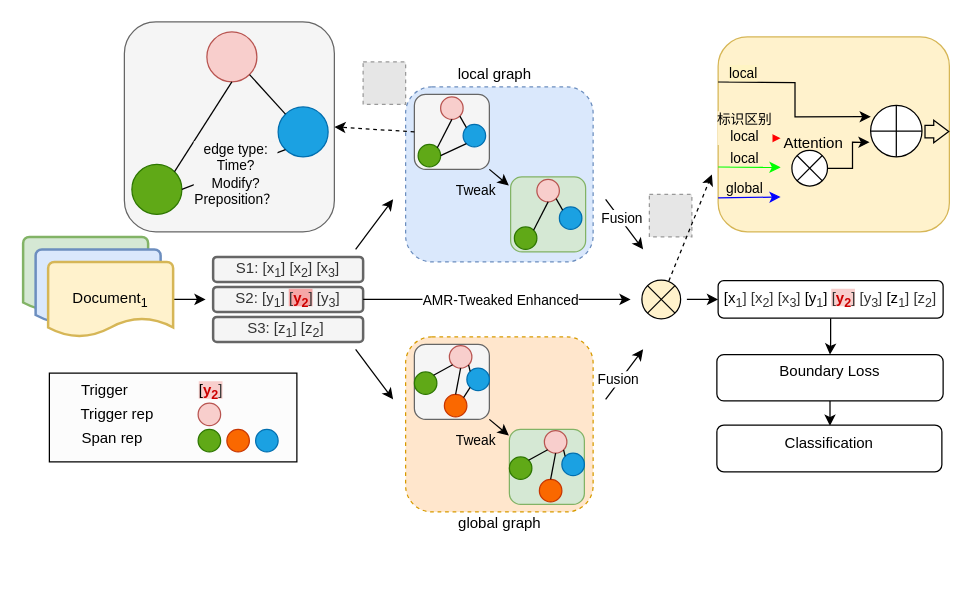
This is model.drawio from crawlerWPS/drawing, a draw.io file, before an edit. Source tidied: cells renumbered, new cells numbered last; positions are measured from the earlier drawing's top-left corner, leaving out a move shared by most shapes. Both pictures are drawn from the tidied source at 125%, with x=0, y=0 at pixel (22, 21). Pictures stored in the file or linked from it are replaced by grey dashed boxes.
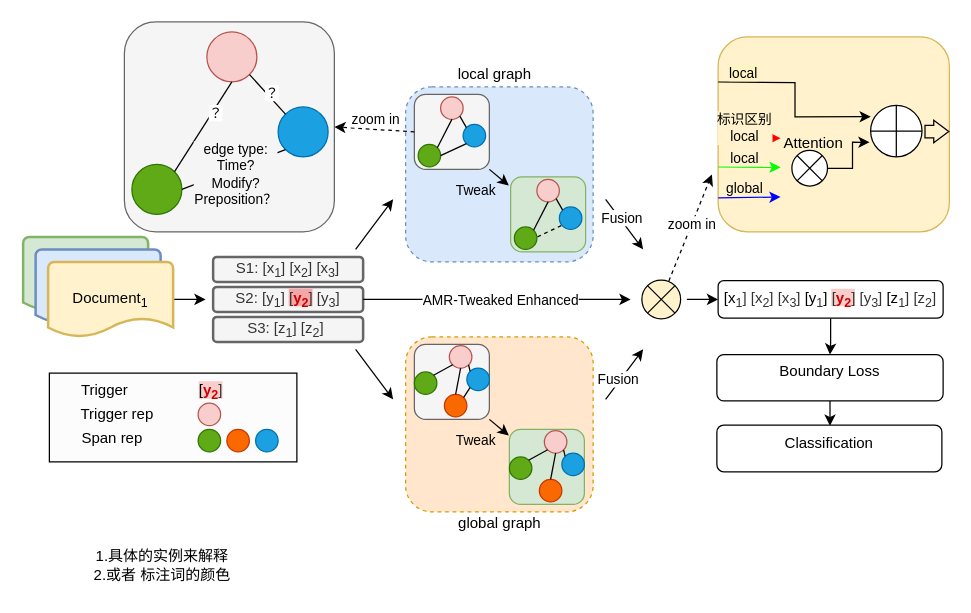
The same page after the edit.

Unchanged cells that the change refers to:
```xml
<mxCell id="47" style="endArrow=classic;html=1;rounded=0;dashed=1;exitX=0;exitY=0.5;exitDx=0;exitDy=0;entryX=1;entryY=0.5;entryDx=0;entryDy=0;" parent="1" edge="1" source="3" target="49">
  <mxGeometry relative="1" as="geometry" />
</mxCell>
<mxCell id="53" style="endArrow=none;html=1;rounded=0;entryX=0.5;entryY=1;entryDx=0;entryDy=0;exitX=1;exitY=0;exitDx=0;exitDy=0;" parent="1" edge="1" source="52" target="50">
  <mxGeometry relative="1" as="geometry" />
</mxCell>
<mxCell id="56" style="endArrow=none;html=1;rounded=0;entryX=0;entryY=0;entryDx=0;entryDy=0;exitX=1;exitY=1;exitDx=0;exitDy=0;" parent="1" edge="1" source="50" target="51">
  <mxGeometry relative="1" as="geometry" />
</mxCell>
<mxCell id="82" style="endArrow=classic;html=1;rounded=0;dashed=1;exitX=0.696;exitY=0.025;exitDx=0;exitDy=0;exitPerimeter=0;" parent="1" edge="1" source="80">
  <mxGeometry relative="1" as="geometry">
    <mxPoint x="551" y="122" as="targetPoint" />
  </mxGeometry>
</mxCell>
```

The edit, as a diff of the source:
```diff
@@
-    <mxCell id="48" style="fillColor=#E6E6E6;strokeColor=#999999;dashed=1;html=1;verticalAlign=top;verticalLabelPosition=bottom;labelBackgroundColor=#ffffff;" parent="1" vertex="1">
-      <mxGeometry x="272" y="32" width="34" height="34" as="geometry" />
-    </mxCell>
+    <mxCell id="97" value="zoom in" style="edgeLabel;html=1;align=center;verticalAlign=middle;" parent="47" vertex="1">
+      <mxGeometry x="0.17" relative="1" as="geometry">
+        <mxPoint x="6" y="-8" as="offset" />
+      </mxGeometry>
+    </mxCell>
@@
+    <mxCell id="98" value="？" style="edgeLabel;html=1;align=center;verticalAlign=middle;" parent="53" vertex="1">
+      <mxGeometry x="0.34" y="-2" relative="1" as="geometry" />
+    </mxCell>
@@
+    <mxCell id="99" value="？" style="edgeLabel;html=1;align=center;verticalAlign=middle;" parent="56" vertex="1">
+      <mxGeometry x="0.05" y="3" relative="1" as="geometry" />
+    </mxCell>
@@
-    <mxCell id="81" style="fillColor=#E6E6E6;strokeColor=#999999;dashed=1;html=1;verticalAlign=top;verticalLabelPosition=bottom;labelBackgroundColor=#ffffff;" parent="1" vertex="1">
-      <mxGeometry x="501" y="138" width="34" height="34" as="geometry" />
-    </mxCell>
@@
+    <mxCell id="100" value="zoom in" style="edgeLabel;html=1;align=center;verticalAlign=middle;" parent="82" vertex="1">
+      <mxGeometry x="0.06" relative="1" as="geometry" />
+    </mxCell>
@@
+    <mxCell id="101" style="endArrow=none;html=1;rounded=0;entryX=0;entryY=1;entryDx=0;entryDy=0;exitX=1;exitY=0.5;exitDx=0;exitDy=0;dashed=1;" parent="1" edge="1">
+      <mxGeometry relative="1" as="geometry">
+        <mxPoint x="411.5" y="172" as="sourcePoint" />
+        <mxPoint x="432.5" y="162" as="targetPoint" />
+      </mxGeometry>
+    </mxCell>
+    <mxCell id="102" value="1.具体的实例来解释&lt;br&gt;2.或者 标注词的颜色" style="text;html=1;align=center;verticalAlign=middle;strokeColor=none;fillColor=none;" parent="1" vertex="1">
+      <mxGeometry x="46" y="415" width="130" height="40" as="geometry" />
+    </mxCell>
```
